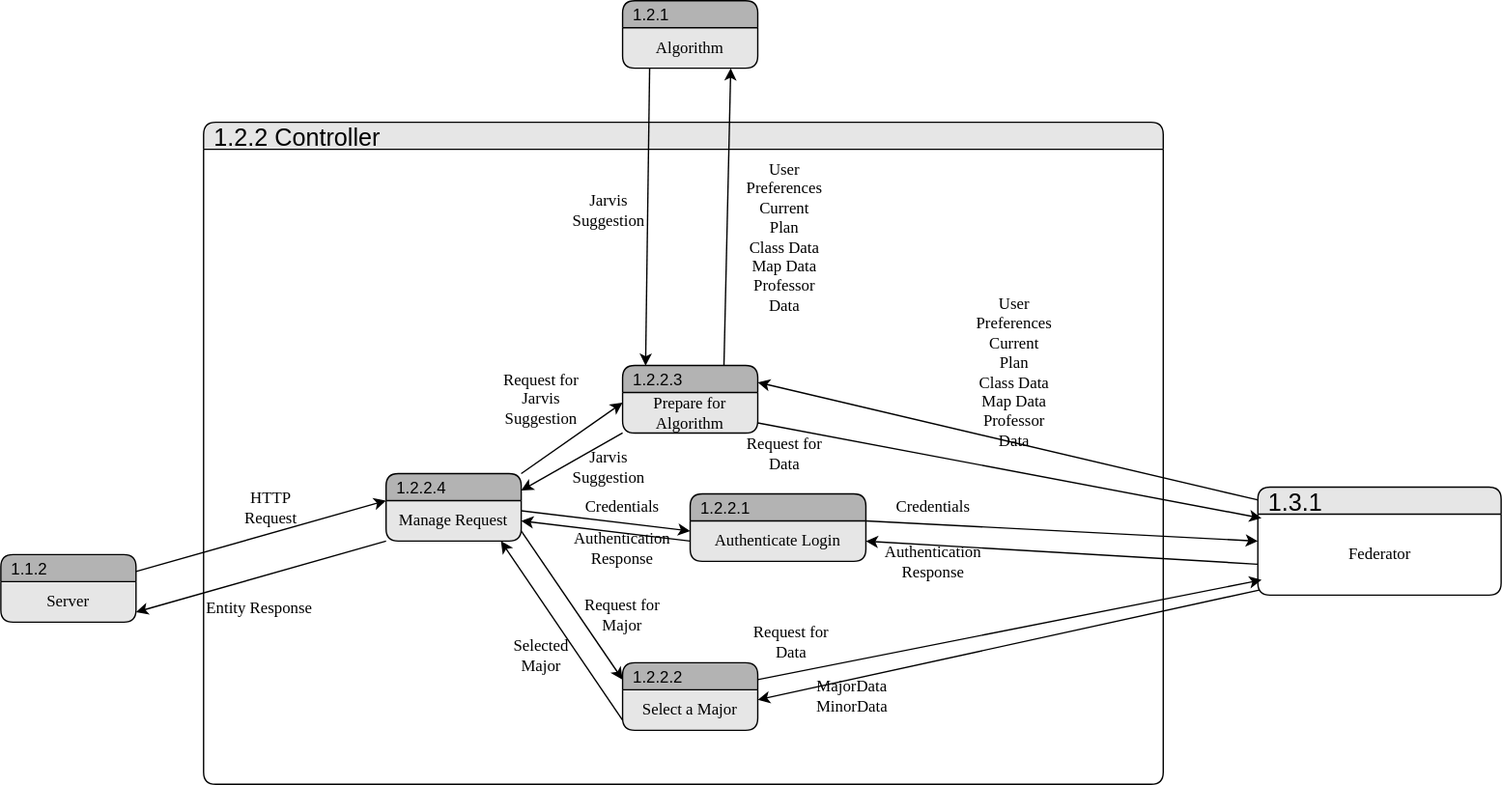
Earlier version of the draw.io export Logic/TeamTwoFiles/SimpleController_DFD.drawio.svg (MckennahPalmer/CSE430). Source tidied: cells renumbered, new cells last; positions are measured from the earlier drawing's top-left corner, leaving out a move shared by most shapes.
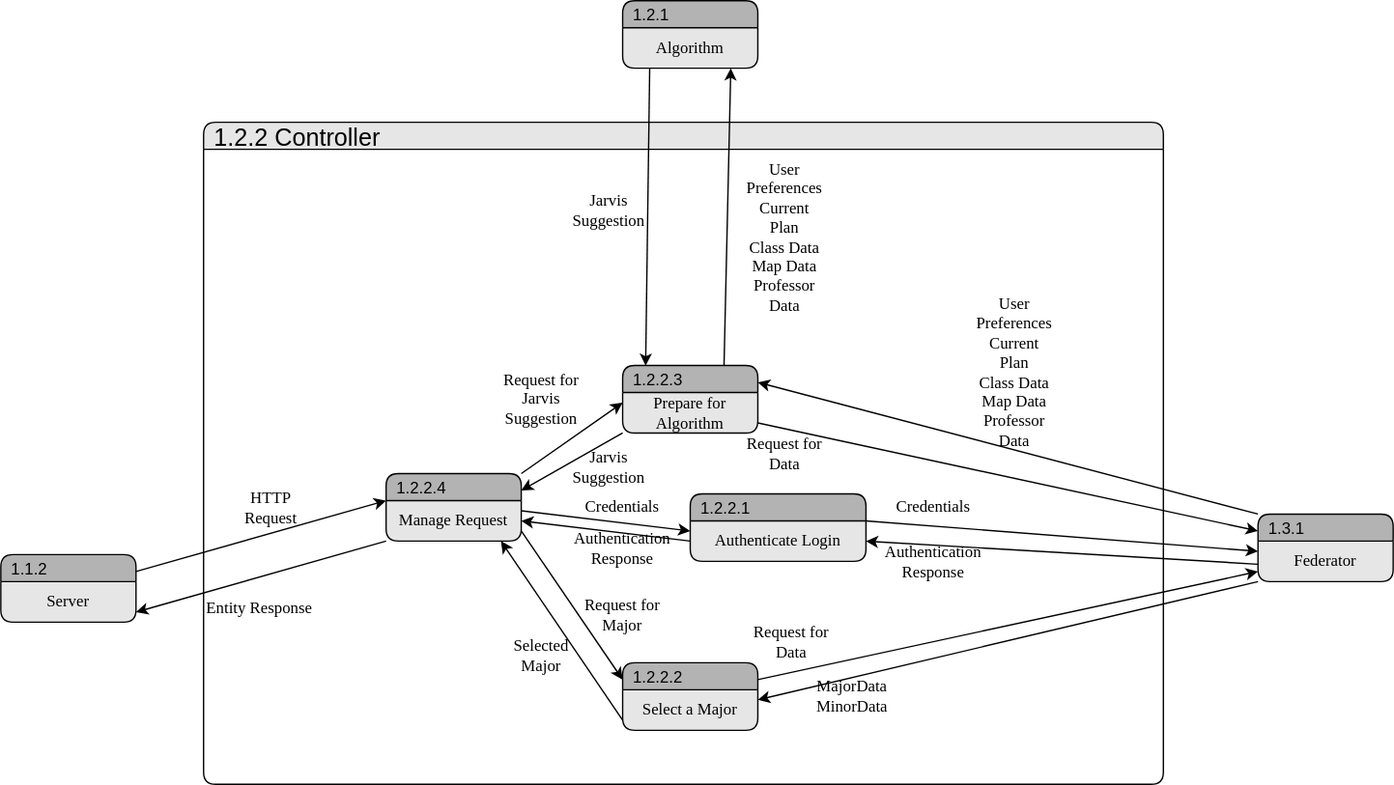
After the change.

The edit, as a diff of the source:
```diff
@@ -5,21 +5,17 @@
     <mxCell id="2" value="1.2.2 Controller" style="swimlane;fontStyle=0;horizontal=1;startSize=20;fillColor=#E6E6E6;swimlaneFillColor=#FFFFFF;rounded=1;strokeColor=default;align=left;verticalAlign=middle;fontFamily=Helvetica;fontSize=18;fontColor=default;spacingLeft=6;shadow=0;" parent="1" vertex="1">
       <mxGeometry x="150" y="90" width="710" height="490" as="geometry" />
     </mxCell>
-    <mxCell id="3" style="edgeStyle=none;rounded=0;jettySize=auto;html=1;exitX=0.015;exitY=0.621;exitDx=0;exitDy=0;entryX=1;entryY=0.5;entryDx=0;entryDy=0;exitPerimeter=0;" parent="1" edge="1" source="7" target="10">
-      <mxGeometry relative="1" as="geometry" />
+    <mxCell id="3" style="edgeStyle=none;rounded=0;jettySize=auto;html=1;exitX=0.015;exitY=0.621;exitDx=0;exitDy=0;entryX=1;entryY=0.5;entryDx=0;entryDy=0;exitPerimeter=0;" parent="1" edge="1" target="10">
+      <mxGeometry relative="1" as="geometry">
+        <mxPoint x="932.7" y="417.3" as="sourcePoint" />
+      </mxGeometry>
     </mxCell>
-    <mxCell id="4" style="edgeStyle=none;rounded=0;jettySize=auto;html=1;exitX=0.015;exitY=0.931;exitDx=0;exitDy=0;entryX=1;entryY=0.25;entryDx=0;entryDy=0;exitPerimeter=0;" parent="1" edge="1" source="7" target="12">
+    <mxCell id="4" style="edgeStyle=none;rounded=0;jettySize=auto;html=1;exitX=0;exitY=1;exitDx=0;exitDy=0;entryX=1;entryY=0.25;entryDx=0;entryDy=0;" parent="1" edge="1" source="7" target="12">
       <mxGeometry relative="1" as="geometry" />
     </mxCell>
-    <mxCell id="5" style="edgeStyle=none;rounded=0;jettySize=auto;html=1;exitX=0.015;exitY=0.127;exitDx=0;exitDy=0;entryX=1;entryY=0.25;entryDx=0;entryDy=0;exitPerimeter=0;" parent="1" edge="1" source="6" target="14">
+    <mxCell id="5" style="edgeStyle=none;rounded=0;jettySize=auto;html=1;exitX=0;exitY=0;exitDx=0;exitDy=0;entryX=1;entryY=0.25;entryDx=0;entryDy=0;" parent="1" edge="1" source="6" target="14">
       <mxGeometry relative="1" as="geometry" />
     </mxCell>
-    <mxCell id="6" value="1.3.1" style="swimlane;fontStyle=0;horizontal=1;startSize=20;fillColor=#E6E6E6;swimlaneFillColor=#FFFFFF;rounded=1;strokeColor=default;align=left;verticalAlign=middle;fontFamily=Helvetica;fontSize=18;fontColor=default;spacingLeft=6;shadow=0;" parent="1" vertex="1">
-      <mxGeometry x="930" y="360" width="180" height="80" as="geometry" />
-    </mxCell>
-    <mxCell id="7" value="&lt;br&gt;&lt;font style=&quot;font-size: 12px;&quot; face=&quot;Times New Roman&quot;&gt;Federator&lt;br&gt;&lt;br&gt;&lt;/font&gt;" style="text;html=1;align=center;verticalAlign=middle;points=[];strokeColor=none;fillColor=none;" parent="6" vertex="1">
-      <mxGeometry y="20" width="180" height="60" as="geometry" />
-    </mxCell>
     <mxCell id="8" style="edgeStyle=none;rounded=0;jettySize=auto;html=1;exitX=1;exitY=0.25;exitDx=0;exitDy=0;entryX=0;entryY=0;entryDx=0;entryDy=0;" parent="1" edge="1" source="47" target="21">
       <mxGeometry relative="1" as="geometry" />
     </mxCell>
@@ -83,10 +79,10 @@
     <mxCell id="26" style="edgeStyle=none;rounded=0;jettySize=auto;html=1;exitX=1;exitY=0.75;exitDx=0;exitDy=0;entryX=0;entryY=0.25;entryDx=0;entryDy=0;" parent="1" edge="1" source="21" target="11">
       <mxGeometry relative="1" as="geometry" />
     </mxCell>
-    <mxCell id="27" style="edgeStyle=none;rounded=0;jettySize=auto;html=1;exitX=1;exitY=0;exitDx=0;exitDy=0;entryX=0;entryY=0.5;entryDx=0;entryDy=0;" parent="1" edge="1" source="10" target="6">
+    <mxCell id="27" style="edgeStyle=none;rounded=0;jettySize=auto;html=1;exitX=1;exitY=0;exitDx=0;exitDy=0;entryX=0;entryY=0.25;entryDx=0;entryDy=0;" parent="1" edge="1" source="10" target="7">
       <mxGeometry relative="1" as="geometry" />
     </mxCell>
-    <mxCell id="28" style="edgeStyle=none;rounded=0;jettySize=auto;html=1;exitX=1;exitY=0.25;exitDx=0;exitDy=0;entryX=0.015;entryY=0.812;entryDx=0;entryDy=0;entryPerimeter=0;" parent="1" edge="1" source="11" target="7">
+    <mxCell id="28" style="edgeStyle=none;rounded=0;jettySize=auto;html=1;exitX=1;exitY=0.25;exitDx=0;exitDy=0;entryX=0;entryY=0.75;entryDx=0;entryDy=0;" parent="1" edge="1" source="11" target="7">
       <mxGeometry relative="1" as="geometry" />
     </mxCell>
     <mxCell id="29" style="edgeStyle=none;rounded=0;jettySize=auto;html=1;exitX=0;exitY=1;exitDx=0;exitDy=0;entryX=1;entryY=0.25;entryDx=0;entryDy=0;" parent="1" edge="1" source="15" target="20">
@@ -121,7 +117,7 @@
     <mxCell id="38" value="&lt;font face=&quot;Times New Roman&quot;&gt;User Preferences&lt;br&gt;Current Plan&lt;br&gt;Class Data&lt;br&gt;Map Data&lt;br&gt;Professor Data&lt;/font&gt;" style="text;html=1;align=center;verticalAlign=middle;whiteSpace=wrap;rounded=0;" parent="1" vertex="1">
       <mxGeometry x="720" y="260" width="60" height="30" as="geometry" />
     </mxCell>
-    <mxCell id="39" style="edgeStyle=none;rounded=0;jettySize=auto;html=1;exitX=1;exitY=0.75;exitDx=0;exitDy=0;entryX=0.015;entryY=0.05;entryDx=0;entryDy=0;entryPerimeter=0;" parent="1" edge="1" source="15" target="7">
+    <mxCell id="39" style="edgeStyle=none;rounded=0;jettySize=auto;html=1;exitX=1;exitY=0.75;exitDx=0;exitDy=0;entryX=0;entryY=0.25;entryDx=0;entryDy=0;" parent="1" edge="1" source="15" target="6">
       <mxGeometry relative="1" as="geometry" />
     </mxCell>
     <mxCell id="40" value="&lt;font face=&quot;Times New Roman&quot;&gt;Request for Data&lt;br&gt;&lt;/font&gt;" style="text;html=1;align=center;verticalAlign=middle;whiteSpace=wrap;rounded=0;" parent="1" vertex="1">
@@ -151,5 +147,11 @@
     <mxCell id="48" value="&lt;font face=&quot;Times New Roman&quot;&gt;Server&lt;/font&gt;" style="text;html=1;strokeColor=none;fillColor=none;align=center;verticalAlign=middle;whiteSpace=wrap;rounded=0;fontSize=12;fontFamily=Helvetica;fontColor=default;" parent="47" vertex="1">
       <mxGeometry y="20" width="100" height="30" as="geometry" />
     </mxCell>
+    <mxCell id="6" value="1.3.1" style="swimlane;fontStyle=0;horizontal=1;startSize=20;fillColor=#B3B3B3;swimlaneFillColor=#E6E6E6;rounded=1;strokeColor=default;align=left;verticalAlign=middle;fontFamily=Helvetica;fontSize=12;fontColor=default;spacingLeft=6;shadow=0;" parent="1" vertex="1">
+      <mxGeometry x="930" y="380" width="100" height="50" as="geometry" />
+    </mxCell>
+    <mxCell id="7" value="&lt;font face=&quot;Times New Roman&quot;&gt;Federator&lt;/font&gt;" style="text;html=1;strokeColor=none;fillColor=none;align=center;verticalAlign=middle;whiteSpace=wrap;rounded=0;fontSize=12;fontFamily=Helvetica;fontColor=default;" parent="6" vertex="1">
+      <mxGeometry y="20" width="100" height="30" as="geometry" />
+    </mxCell>
   </root>
 </mxGraphModel>
```
